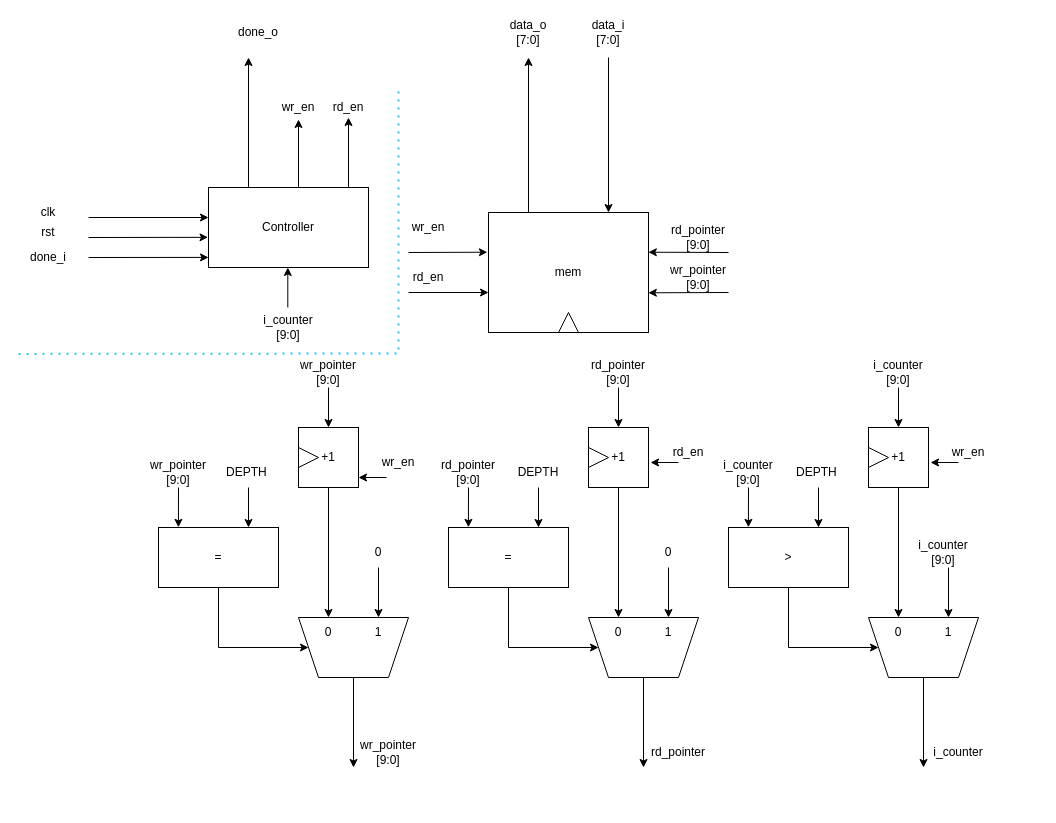
Before: Draw/PreparationModules/LineBuffer.drawio in Hieuueihm/Thesis, a draw.io diagram. Source tidied: cells renumbered, new cells numbered last; positions are measured from the earlier drawing's top-left corner, leaving out a move shared by most shapes. Both pictures are drawn from the tidied source at 100%, with x=0, y=0 at pixel (18, 17).
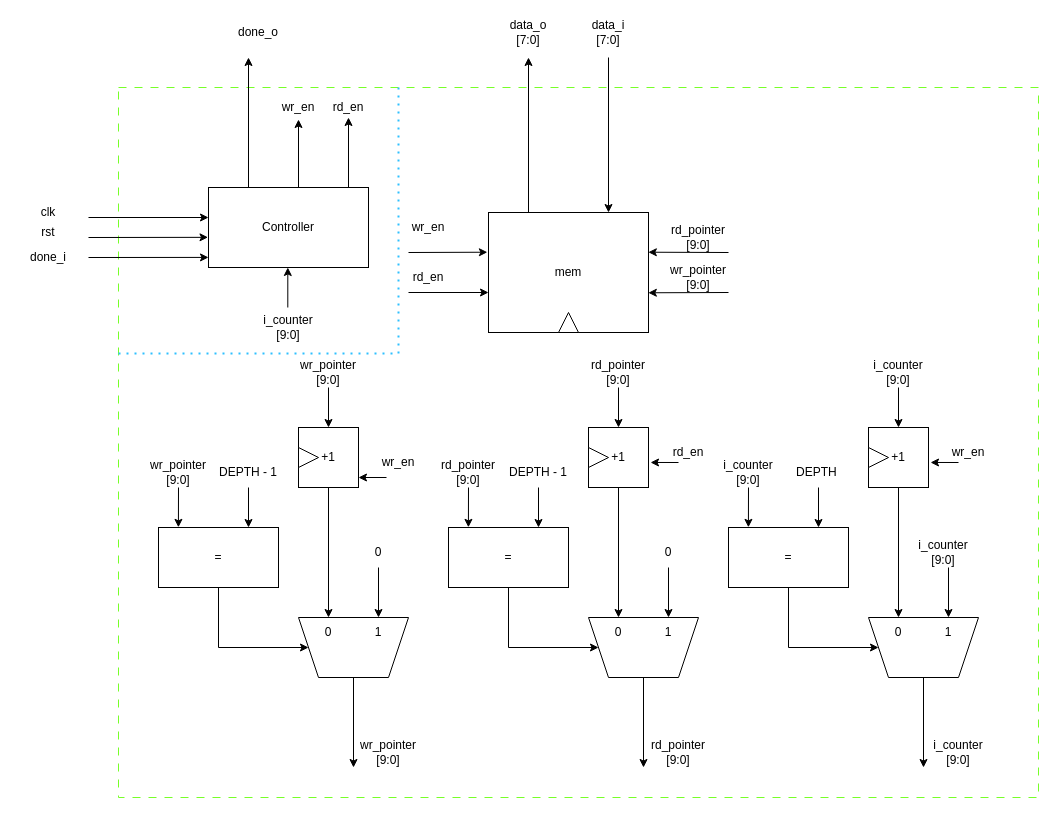
The same page after the edit.

Diff of the diagram source:
```diff
@@
+    <mxCell id="92" style="rounded=0;whiteSpace=wrap;html=1;strokeColor=#77FF29;dashed=1;dashPattern=8 8;" parent="1" vertex="1">
+      <mxGeometry x="100" y="70" width="920" height="710" as="geometry" />
+    </mxCell>
@@
-    <mxCell id="30" value="DEPTH&amp;nbsp;" style="text;html=1;align=center;verticalAlign=middle;whiteSpace=wrap;rounded=0;" parent="1" vertex="1">
+    <mxCell id="30" value="DEPTH - 1" style="text;html=1;align=center;verticalAlign=middle;whiteSpace=wrap;rounded=0;" parent="1" vertex="1">
       <mxGeometry x="200" y="440" width="60" height="30" as="geometry" />
     </mxCell>
@@
-    <mxCell id="51" value="DEPTH" style="text;html=1;align=center;verticalAlign=middle;whiteSpace=wrap;rounded=0;" parent="1" vertex="1">
+    <mxCell id="51" value="DEPTH - 1" style="text;html=1;align=center;verticalAlign=middle;whiteSpace=wrap;rounded=0;" parent="1" vertex="1">
       <mxGeometry x="490" y="440" width="60" height="30" as="geometry" />
     </mxCell>
@@
-    <mxCell id="66" value="rd_pointer" style="text;html=1;align=center;verticalAlign=middle;whiteSpace=wrap;rounded=0;" parent="1" vertex="1">
+    <mxCell id="66" value="rd_pointer [9:0]" style="text;html=1;align=center;verticalAlign=middle;whiteSpace=wrap;rounded=0;" parent="1" vertex="1">
       <mxGeometry x="630" y="720" width="60" height="30" as="geometry" />
     </mxCell>
-    <mxCell id="67" style="endArrow=none;dashed=1;html=1;dashPattern=1 3;strokeWidth=2;rounded=0;exitX=0;exitY=0.363;exitDx=0;exitDy=0;exitPerimeter=0;strokeColor=#2EC0FF;" parent="1" edge="1">
+    <mxCell id="67" style="endArrow=none;dashed=1;html=1;dashPattern=1 3;strokeWidth=2;rounded=0;strokeColor=#2EC0FF;" parent="1" edge="1">
       <mxGeometry relative="1" as="geometry">
-        <mxPoint y="336.4" as="sourcePoint" />
+        <mxPoint x="100" y="336" as="sourcePoint" />
         <mxPoint x="380" y="70" as="targetPoint" />
         <Array as="points">
           <mxPoint x="380" y="336" />
         </Array>
       </mxGeometry>
     </mxCell>
@@
-    <mxCell id="71" value="&amp;gt;" style="rounded=0;whiteSpace=wrap;html=1;" parent="1" vertex="1">
+    <mxCell id="71" value="=" style="rounded=0;whiteSpace=wrap;html=1;" parent="1" vertex="1">
       <mxGeometry x="710" y="510" width="120" height="60" as="geometry" />
     </mxCell>
@@
-    <mxCell id="90" value="i_counter" style="text;html=1;align=center;verticalAlign=middle;whiteSpace=wrap;rounded=0;" parent="1" vertex="1">
+    <mxCell id="90" value="i_counter [9:0]" style="text;html=1;align=center;verticalAlign=middle;whiteSpace=wrap;rounded=0;" parent="1" vertex="1">
       <mxGeometry x="910" y="720" width="60" height="30" as="geometry" />
     </mxCell>
@@
+    <mxCell id="93" style="edgeStyle=orthogonalEdgeStyle;rounded=0;orthogonalLoop=1;jettySize=auto;html=1;exitX=0.5;exitY=1;exitDx=0;exitDy=0;" parent="1" edge="1" source="92" target="92">
+      <mxGeometry relative="1" as="geometry" />
+    </mxCell>
```
